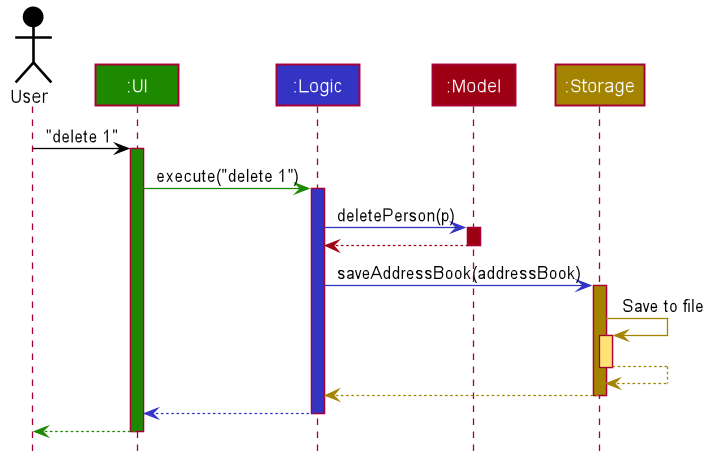
Above: docs/images/ArchitectureSequenceDiagram.png in nus-cs2103-AY2122S1/tp (PlantUML), before the change.
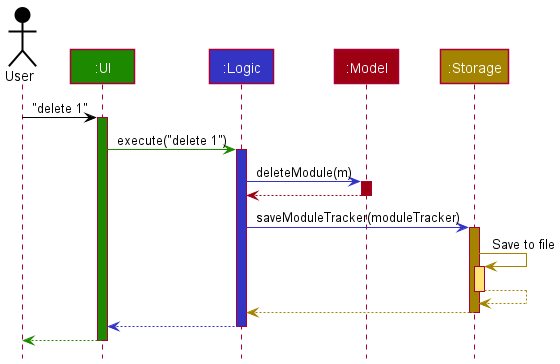
Later version of the same file.

What changed in the source:
```diff
@@ -1,85 +1,38 @@
 @startuml
+!include style.puml
 
+Actor User as user USER_COLOR
+Participant ":UI" as ui UI_COLOR
+Participant ":Logic" as logic LOGIC_COLOR
+Participant ":Model" as model MODEL_COLOR
+Participant ":Storage" as storage STORAGE_COLOR
 
+user -[USER_COLOR]> ui : "delete 1"
+activate ui UI_COLOR
 
+ui -[UI_COLOR]> logic : execute("delete 1")
+activate logic LOGIC_COLOR
 
+logic -[LOGIC_COLOR]> model : deleteModule(m)
+activate model MODEL_COLOR
 
-
-
-
-skinparam BackgroundColor #FFFFFFF
-
-skinparam Shadowing false
-
-skinparam Class {
-    FontColor #FFFFFF
-    BorderThickness 1
-    BorderColor #FFFFFF
-    StereotypeFontColor #FFFFFF
-    FontName Arial
-}
-
-skinparam Actor {
-    BorderColor #000000
-    Color #000000
-    FontName Arial
-}
-
-skinparam Sequence {
-    MessageAlign center
-    BoxFontSize 15
-    BoxPadding 0
-    BoxFontColor #FFFFFF
-    FontName Arial
-}
-
-skinparam Participant {
-    FontColor #FFFFFFF
-    Padding 20
-}
-
-skinparam MinClassWidth 50
-skinparam ParticipantPadding 10
-skinparam Shadowing false
-skinparam DefaultTextAlignment center
-skinparam packageStyle Rectangle
-
-hide footbox
-hide members
-hide circle
-
-Actor User as user #000000
-Participant ":UI" as ui #1D8900
-Participant ":Logic" as logic #3333C4
-Participant ":Model" as model #9D0012
-Participant ":Storage" as storage #A38300
-
-user -[#000000]> ui : "delete 1"
-activate ui #1D8900
-
-ui -[#1D8900]> logic : execute("delete 1")
-activate logic #3333C4
-
-logic -[#3333C4]> model : deletePerson(p)
-activate model #9D0012
-
-model -[#9D0012]-> logic
+model -[MODEL_COLOR]-> logic
 deactivate model
 
-logic -[#3333C4]> storage : saveAddressBook(addressBook)
-activate storage #A38300
+logic -[LOGIC_COLOR]> storage : saveModuleTracker(moduleTracker)
+activate storage STORAGE_COLOR
 
-storage -[#A38300]> storage : Save to file
-activate storage #FFE374
-storage --[#A38300]> storage
+storage -[STORAGE_COLOR]> storage : Save to file
+activate storage STORAGE_COLOR_T1
+storage --[STORAGE_COLOR]> storage
 deactivate storage
 
-storage --[#A38300]> logic
+storage --[STORAGE_COLOR]> logic
 deactivate storage
 
-logic --[#3333C4]> ui
+logic --[LOGIC_COLOR]> ui
 deactivate logic
 
-ui--[#1D8900]> user
+ui--[UI_COLOR]> user
 deactivate ui
 @enduml
```
